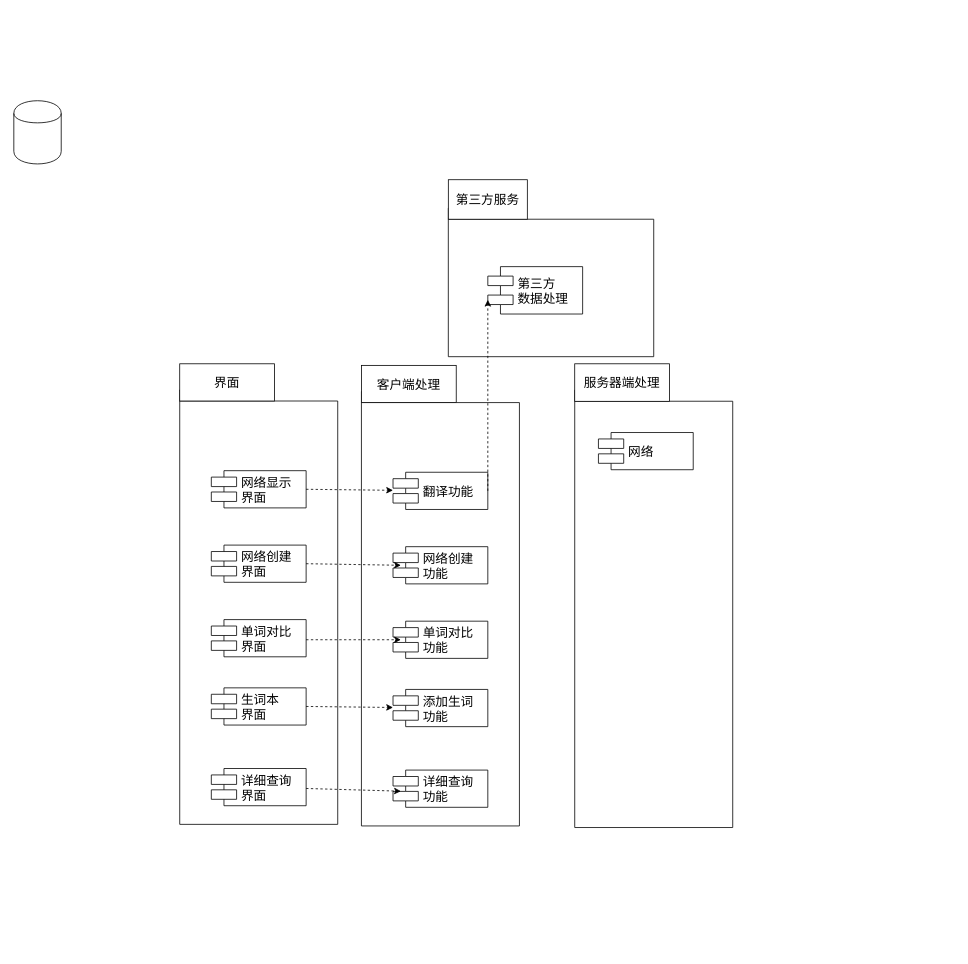
zhuofan777/uml keeps this draw.io diagram as Untitled Diagram.drawio. Above is the earlier version. Source tidied: cells renumbered, new cells numbered last; positions are measured from the earlier drawing's top-left corner, leaving out a move shared by most shapes. Both pictures are drawn from the tidied source at 79%, with x=0, y=0 at pixel (13, 13).
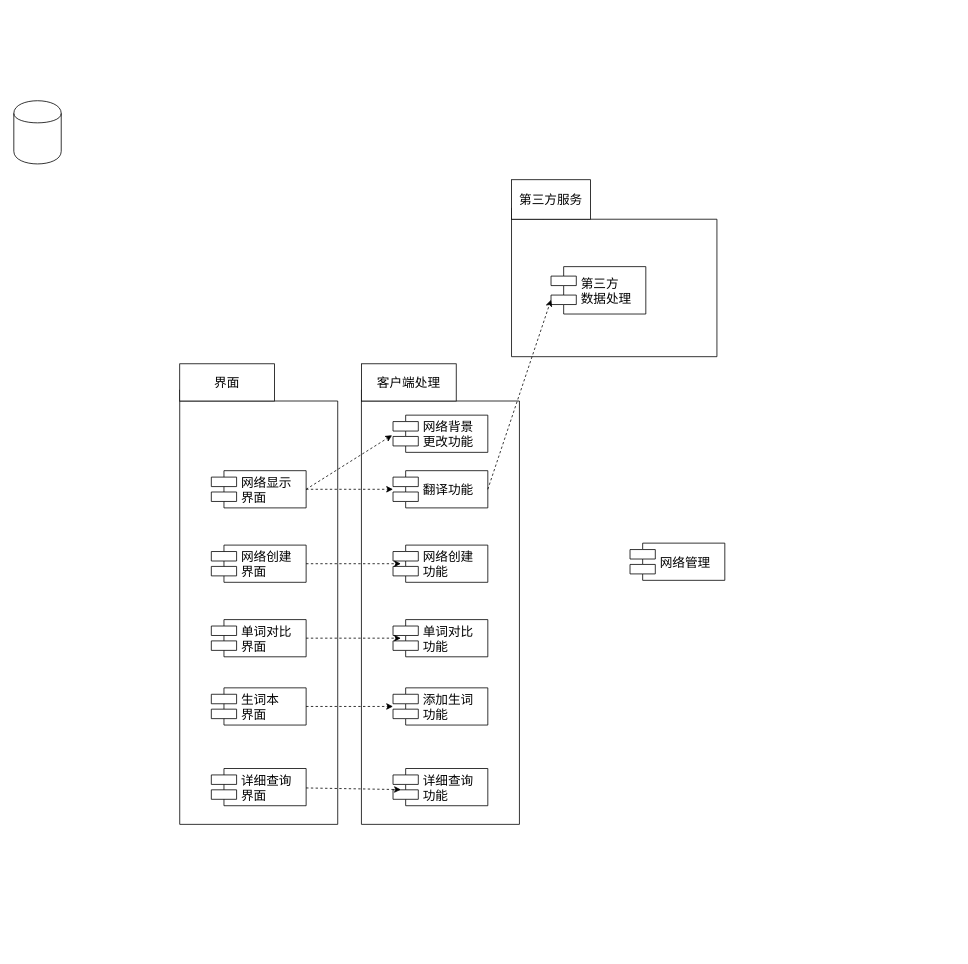
The same page after the edit.

The change refers to these unchanged cells:
```xml
<mxCell id="14" value="网络显示&#10;界面" style="shape=component;align=left;spacingLeft=36;fontSize=16;" parent="13" vertex="1">
  <mxGeometry y="78.6" width="120" height="47.1" as="geometry" />
</mxCell>
```

The edit, as a diff of the source:
```diff
@@
     <mxCell id="2" style="group;fontSize=16;" parent="1" vertex="1">
-      <mxGeometry x="550" width="560" height="1186" as="geometry" />
+      <mxGeometry x="630" width="560" height="1186" as="geometry" />
     </mxCell>
@@
-    <mxCell id="6" style="group;fontSize=16;" parent="2" vertex="1">
-      <mxGeometry x="160" y="440" width="200" height="590" as="geometry" />
-    </mxCell>
-    <mxCell id="7" style="shape=folder;fontStyle=1;spacingTop=10;tabWidth=40;tabHeight=14;tabPosition=left;html=1;fontSize=16;" parent="6" vertex="1">
-      <mxGeometry y="36.4" width="200" height="553.6" as="geometry" />
-    </mxCell>
-    <mxCell id="8" value="服务器端处理" style="rounded=0;whiteSpace=wrap;html=1;fontSize=16;" parent="6" vertex="1">
-      <mxGeometry y="3" width="120" height="47.5" as="geometry" />
-    </mxCell>
-    <mxCell id="9" value="网络" style="shape=component;align=left;spacingLeft=36;fontSize=16;" parent="6" vertex="1">
-      <mxGeometry x="30" y="90" width="120" height="47.1" as="geometry" />
-    </mxCell>
+    <mxCell id="35" value="网络管理" style="shape=component;align=left;spacingLeft=36;fontSize=16;" parent="2" vertex="1">
+      <mxGeometry x="150" y="670" width="120" height="47.1" as="geometry" />
+    </mxCell>
@@
     <mxCell id="20" style="group;fontSize=16;" parent="1" vertex="1">
-      <mxGeometry x="440" y="442" width="200" height="586" as="geometry" />
+      <mxGeometry x="440" y="440" width="200" height="586" as="geometry" />
     </mxCell>
@@
+    <mxCell id="36" value="网络背景&#10;更改功能" style="shape=component;align=left;spacingLeft=36;fontSize=16;" parent="20" vertex="1">
+      <mxGeometry x="40" y="68" width="120" height="47.1" as="geometry" />
+    </mxCell>
@@
+    <mxCell id="37" style="edgeStyle=none;rounded=0;jettySize=auto;html=1;exitX=1;exitY=0.5;exitDx=0;exitDy=0;entryX=-0.01;entryY=0.541;entryDx=0;entryDy=0;entryPerimeter=0;dashed=1;fontSize=16;" parent="1" edge="1" source="14" target="36">
+      <mxGeometry relative="1" as="geometry" />
+    </mxCell>
```
